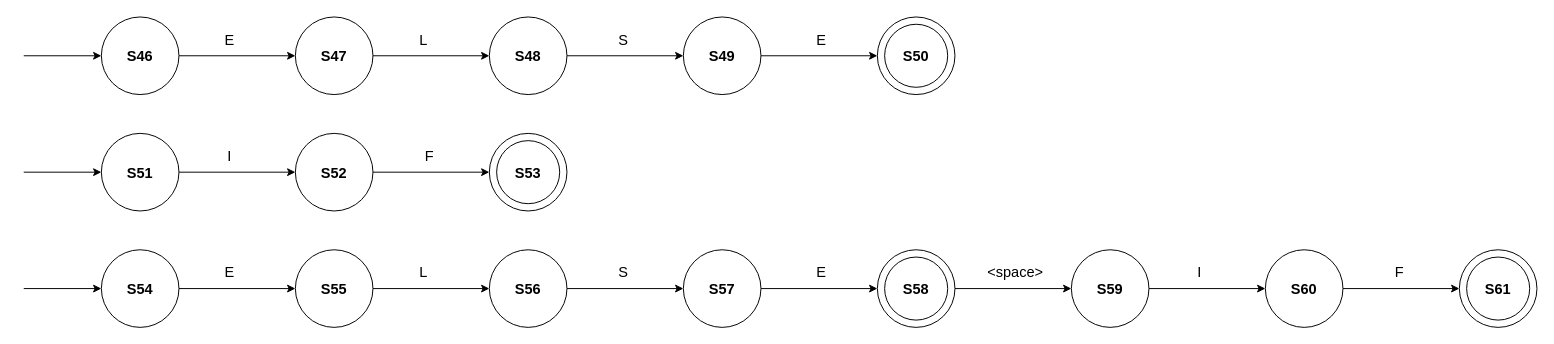
Before: conditionalWords.drawio in MonaJea-Ng/Projects, a draw.io diagram. Source tidied: cells renumbered, new cells numbered last; positions are measured from the earlier drawing's top-left corner, leaving out a move shared by most shapes. Both pictures are drawn from the tidied source at 97%, with x=0, y=0 at pixel (23, 16).
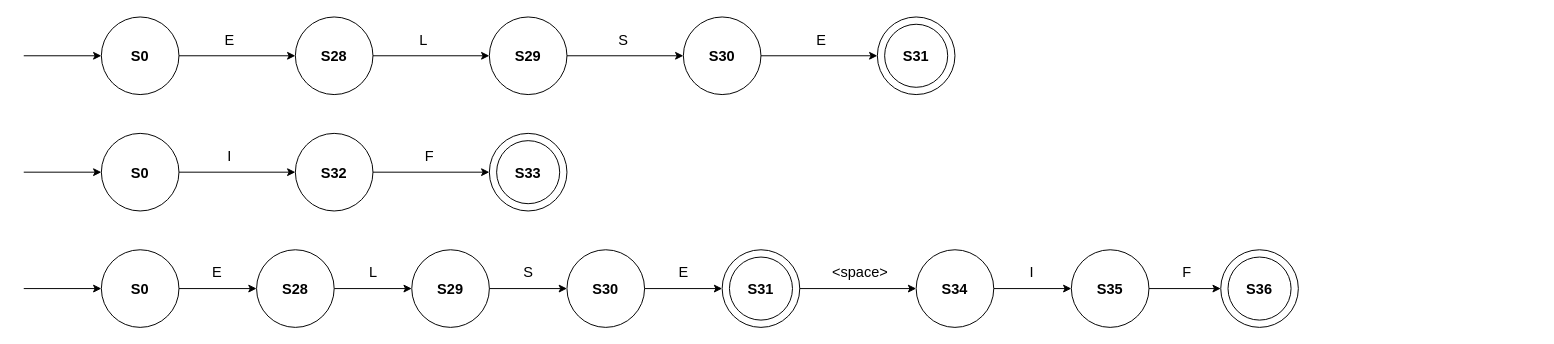
Above is the later version.

What changed in the source:
```diff
@@
-    <mxCell id="6" value="&lt;b style=&quot;font-size: 15px;&quot;&gt;S48&lt;/b&gt;" style="text;html=1;strokeColor=none;fillColor=none;align=center;verticalAlign=middle;whiteSpace=wrap;rounded=0;fontSize=15;" parent="1" vertex="1">
+    <mxCell id="6" value="&lt;b style=&quot;font-size: 15px;&quot;&gt;S29&lt;/b&gt;" style="text;html=1;strokeColor=none;fillColor=none;align=center;verticalAlign=middle;whiteSpace=wrap;rounded=0;fontSize=15;" parent="1" vertex="1">
       <mxGeometry x="490" y="25" width="60" height="30" as="geometry" />
     </mxCell>
-    <mxCell id="7" value="&lt;b&gt;&lt;font style=&quot;font-size: 15px;&quot;&gt;S49&lt;/font&gt;&lt;/b&gt;" style="text;html=1;strokeColor=none;fillColor=none;align=center;verticalAlign=middle;whiteSpace=wrap;rounded=0;" parent="1" vertex="1">
+    <mxCell id="7" value="&lt;b&gt;&lt;font style=&quot;font-size: 15px;&quot;&gt;S30&lt;/font&gt;&lt;/b&gt;" style="text;html=1;strokeColor=none;fillColor=none;align=center;verticalAlign=middle;whiteSpace=wrap;rounded=0;" parent="1" vertex="1">
       <mxGeometry x="690" y="25" width="60" height="30" as="geometry" />
     </mxCell>
@@
-    <mxCell id="12" value="&lt;b&gt;&lt;font style=&quot;font-size: 15px;&quot;&gt;S50&lt;/font&gt;&lt;/b&gt;" style="text;html=1;strokeColor=none;fillColor=none;align=center;verticalAlign=middle;whiteSpace=wrap;rounded=0;" parent="1" vertex="1">
+    <mxCell id="12" value="&lt;b&gt;&lt;font style=&quot;font-size: 15px;&quot;&gt;S31&lt;/font&gt;&lt;/b&gt;" style="text;html=1;strokeColor=none;fillColor=none;align=center;verticalAlign=middle;whiteSpace=wrap;rounded=0;" parent="1" vertex="1">
       <mxGeometry x="890" y="25" width="60" height="30" as="geometry" />
     </mxCell>
@@
-    <mxCell id="16" value="&lt;b style=&quot;font-size: 15px;&quot;&gt;S47&lt;/b&gt;" style="text;html=1;strokeColor=none;fillColor=none;align=center;verticalAlign=middle;whiteSpace=wrap;rounded=0;fontSize=15;" parent="1" vertex="1">
+    <mxCell id="16" value="&lt;b style=&quot;font-size: 15px;&quot;&gt;S28&lt;/b&gt;" style="text;html=1;strokeColor=none;fillColor=none;align=center;verticalAlign=middle;whiteSpace=wrap;rounded=0;fontSize=15;" parent="1" vertex="1">
       <mxGeometry x="290" y="25" width="60" height="30" as="geometry" />
     </mxCell>
@@
-    <mxCell id="22" value="&lt;b style=&quot;font-size: 15px;&quot;&gt;S52&lt;/b&gt;" style="text;html=1;strokeColor=none;fillColor=none;align=center;verticalAlign=middle;whiteSpace=wrap;rounded=0;fontSize=15;" parent="1" vertex="1">
+    <mxCell id="22" value="&lt;b style=&quot;font-size: 15px;&quot;&gt;S32&lt;/b&gt;" style="text;html=1;strokeColor=none;fillColor=none;align=center;verticalAlign=middle;whiteSpace=wrap;rounded=0;fontSize=15;" parent="1" vertex="1">
       <mxGeometry x="290" y="145" width="60" height="30" as="geometry" />
     </mxCell>
@@
-    <mxCell id="26" value="&lt;b style=&quot;font-size: 15px;&quot;&gt;S51&lt;/b&gt;" style="text;html=1;strokeColor=none;fillColor=none;align=center;verticalAlign=middle;whiteSpace=wrap;rounded=0;fontSize=15;" parent="1" vertex="1">
+    <mxCell id="26" value="&lt;b&gt;S0&lt;/b&gt;" style="text;html=1;strokeColor=none;fillColor=none;align=center;verticalAlign=middle;whiteSpace=wrap;rounded=0;fontSize=15;" parent="1" vertex="1">
       <mxGeometry x="90" y="145" width="60" height="30" as="geometry" />
     </mxCell>
@@
-    <mxCell id="29" value="&lt;b&gt;&lt;font style=&quot;font-size: 15px;&quot;&gt;S53&lt;/font&gt;&lt;/b&gt;" style="text;html=1;strokeColor=none;fillColor=none;align=center;verticalAlign=middle;whiteSpace=wrap;rounded=0;" parent="1" vertex="1">
+    <mxCell id="29" value="&lt;b&gt;&lt;font style=&quot;font-size: 15px;&quot;&gt;S33&lt;/font&gt;&lt;/b&gt;" style="text;html=1;strokeColor=none;fillColor=none;align=center;verticalAlign=middle;whiteSpace=wrap;rounded=0;" parent="1" vertex="1">
       <mxGeometry x="490" y="145" width="60" height="30" as="geometry" />
     </mxCell>
@@
-    <mxCell id="32" value="&lt;b style=&quot;font-size: 15px;&quot;&gt;S46&lt;/b&gt;" style="text;html=1;strokeColor=none;fillColor=none;align=center;verticalAlign=middle;whiteSpace=wrap;rounded=0;fontSize=15;" parent="1" vertex="1">
+    <mxCell id="32" value="&lt;b style=&quot;font-size: 15px;&quot;&gt;S0&lt;/b&gt;" style="text;html=1;strokeColor=none;fillColor=none;align=center;verticalAlign=middle;whiteSpace=wrap;rounded=0;fontSize=15;" parent="1" vertex="1">
       <mxGeometry x="90" y="25" width="60" height="30" as="geometry" />
     </mxCell>
@@
     <mxCell id="34" style="ellipse;whiteSpace=wrap;html=1;" parent="1" vertex="1">
-      <mxGeometry x="680" y="240" width="80" height="80" as="geometry" />
+      <mxGeometry x="560" y="240" width="80" height="80" as="geometry" />
     </mxCell>
     <mxCell id="35" style="ellipse;whiteSpace=wrap;html=1;" parent="1" vertex="1">
-      <mxGeometry x="480" y="240" width="80" height="80" as="geometry" />
+      <mxGeometry x="400" y="240" width="80" height="80" as="geometry" />
     </mxCell>
     <mxCell id="36" style="endArrow=classic;html=1;rounded=0;entryX=0;entryY=0.5;entryDx=0;entryDy=0;exitX=1;exitY=0.5;exitDx=0;exitDy=0;" parent="1" edge="1" source="44">
       <mxGeometry relative="1" as="geometry">
-        <mxPoint x="480" y="280" as="targetPoint" />
+        <mxPoint x="400" y="280" as="targetPoint" />
       </mxGeometry>
     </mxCell>
@@
-    <mxCell id="38" value="&lt;b style=&quot;font-size: 15px;&quot;&gt;S56&lt;/b&gt;" style="text;html=1;strokeColor=none;fillColor=none;align=center;verticalAlign=middle;whiteSpace=wrap;rounded=0;fontSize=15;" parent="1" vertex="1">
-      <mxGeometry x="490" y="265" width="60" height="30" as="geometry" />
+    <mxCell id="38" value="&lt;b style=&quot;font-size: 15px;&quot;&gt;S29&lt;/b&gt;" style="text;html=1;strokeColor=none;fillColor=none;align=center;verticalAlign=middle;whiteSpace=wrap;rounded=0;fontSize=15;" parent="1" vertex="1">
+      <mxGeometry x="410" y="265" width="60" height="30" as="geometry" />
     </mxCell>
-    <mxCell id="39" value="&lt;b&gt;&lt;font style=&quot;font-size: 15px;&quot;&gt;S57&lt;/font&gt;&lt;/b&gt;" style="text;html=1;strokeColor=none;fillColor=none;align=center;verticalAlign=middle;whiteSpace=wrap;rounded=0;" parent="1" vertex="1">
-      <mxGeometry x="690" y="265" width="60" height="30" as="geometry" />
+    <mxCell id="39" value="&lt;b&gt;&lt;font style=&quot;font-size: 15px;&quot;&gt;S30&lt;/font&gt;&lt;/b&gt;" style="text;html=1;strokeColor=none;fillColor=none;align=center;verticalAlign=middle;whiteSpace=wrap;rounded=0;" parent="1" vertex="1">
+      <mxGeometry x="570" y="265" width="60" height="30" as="geometry" />
     </mxCell>
     <mxCell id="40" value="S" style="text;html=1;strokeColor=none;fillColor=none;align=center;verticalAlign=middle;whiteSpace=wrap;rounded=0;fontSize=15;" parent="1" vertex="1">
-      <mxGeometry x="566" y="247.5" width="105" height="30" as="geometry" />
+      <mxGeometry x="467.5" y="247.5" width="105" height="30" as="geometry" />
     </mxCell>
     <mxCell id="41" style="ellipse;whiteSpace=wrap;html=1;" parent="1" vertex="1">
-      <mxGeometry x="880" y="240" width="80" height="80" as="geometry" />
+      <mxGeometry x="720" y="240" width="80" height="80" as="geometry" />
     </mxCell>
     <mxCell id="42" style="endArrow=classic;html=1;rounded=0;entryX=0;entryY=0.5;entryDx=0;entryDy=0;exitX=1;exitY=0.5;exitDx=0;exitDy=0;" parent="1" edge="1" target="41">
       <mxGeometry relative="1" as="geometry">
-        <mxPoint x="760" y="280" as="sourcePoint" />
+        <mxPoint x="640" y="280" as="sourcePoint" />
       </mxGeometry>
     </mxCell>
     <mxCell id="43" value="E" style="text;html=1;strokeColor=none;fillColor=none;align=center;verticalAlign=middle;whiteSpace=wrap;rounded=0;fontSize=15;" parent="1" vertex="1">
-      <mxGeometry x="770" y="247.5" width="105" height="30" as="geometry" />
+      <mxGeometry x="628" y="247.5" width="105" height="30" as="geometry" />
     </mxCell>
     <mxCell id="44" style="ellipse;whiteSpace=wrap;html=1;" parent="1" vertex="1">
-      <mxGeometry x="280" y="240" width="80" height="80" as="geometry" />
+      <mxGeometry x="240" y="240" width="80" height="80" as="geometry" />
     </mxCell>
-    <mxCell id="45" style="endArrow=classic;html=1;rounded=0;entryX=0;entryY=0.5;entryDx=0;entryDy=0;" parent="1" edge="1">
+    <mxCell id="45" style="endArrow=classic;html=1;rounded=0;entryX=0;entryY=0.5;entryDx=0;entryDy=0;" parent="1" edge="1" target="44">
       <mxGeometry relative="1" as="geometry">
         <mxPoint x="160" y="280" as="sourcePoint" />
-        <mxPoint x="280" y="280" as="targetPoint" />
       </mxGeometry>
     </mxCell>
-    <mxCell id="46" value="&lt;b style=&quot;font-size: 15px;&quot;&gt;S55&lt;/b&gt;" style="text;html=1;strokeColor=none;fillColor=none;align=center;verticalAlign=middle;whiteSpace=wrap;rounded=0;fontSize=15;" parent="1" vertex="1">
-      <mxGeometry x="290" y="265" width="60" height="30" as="geometry" />
+    <mxCell id="46" value="&lt;b style=&quot;font-size: 15px;&quot;&gt;S28&lt;/b&gt;" style="text;html=1;strokeColor=none;fillColor=none;align=center;verticalAlign=middle;whiteSpace=wrap;rounded=0;fontSize=15;" parent="1" vertex="1">
+      <mxGeometry x="250" y="265" width="60" height="30" as="geometry" />
     </mxCell>
     <mxCell id="47" value="L" style="text;html=1;strokeColor=none;fillColor=none;align=center;verticalAlign=middle;whiteSpace=wrap;rounded=0;fontSize=15;" parent="1" vertex="1">
-      <mxGeometry x="360" y="247.5" width="105" height="30" as="geometry" />
+      <mxGeometry x="308" y="247.5" width="105" height="30" as="geometry" />
     </mxCell>
@@
-    <mxCell id="50" value="&lt;b style=&quot;font-size: 15px;&quot;&gt;S54&lt;/b&gt;" style="text;html=1;strokeColor=none;fillColor=none;align=center;verticalAlign=middle;whiteSpace=wrap;rounded=0;fontSize=15;" parent="1" vertex="1">
+    <mxCell id="50" value="&lt;b style=&quot;font-size: 15px;&quot;&gt;S0&lt;/b&gt;" style="text;html=1;strokeColor=none;fillColor=none;align=center;verticalAlign=middle;whiteSpace=wrap;rounded=0;fontSize=15;" parent="1" vertex="1">
       <mxGeometry x="90" y="265" width="60" height="30" as="geometry" />
     </mxCell>
     <mxCell id="51" value="E" style="text;html=1;strokeColor=none;fillColor=none;align=center;verticalAlign=middle;whiteSpace=wrap;rounded=0;fontSize=15;" parent="1" vertex="1">
-      <mxGeometry x="160" y="247.5" width="105" height="30" as="geometry" />
+      <mxGeometry x="147" y="247.5" width="105" height="30" as="geometry" />
     </mxCell>
     <mxCell id="52" style="ellipse;whiteSpace=wrap;html=1;" parent="1" vertex="1">
-      <mxGeometry x="1480" y="240" width="80" height="80" as="geometry" />
+      <mxGeometry x="1234" y="240" width="80" height="80" as="geometry" />
     </mxCell>
     <mxCell id="53" style="ellipse;whiteSpace=wrap;html=1;" parent="1" vertex="1">
-      <mxGeometry x="1280" y="240" width="80" height="80" as="geometry" />
+      <mxGeometry x="1080" y="240" width="80" height="80" as="geometry" />
     </mxCell>
-    <mxCell id="54" style="endArrow=classic;html=1;rounded=0;entryX=0;entryY=0.5;entryDx=0;entryDy=0;exitX=1;exitY=0.5;exitDx=0;exitDy=0;" parent="1" edge="1" source="58">
+    <mxCell id="54" style="endArrow=classic;html=1;rounded=0;exitX=1;exitY=0.5;exitDx=0;exitDy=0;" parent="1" edge="1" source="58">
       <mxGeometry relative="1" as="geometry">
-        <mxPoint x="1280" y="280" as="targetPoint" />
+        <mxPoint x="1080" y="280" as="targetPoint" />
       </mxGeometry>
     </mxCell>
@@
-    <mxCell id="56" value="&lt;b style=&quot;font-size: 15px;&quot;&gt;S60&lt;/b&gt;" style="text;html=1;strokeColor=none;fillColor=none;align=center;verticalAlign=middle;whiteSpace=wrap;rounded=0;fontSize=15;" parent="1" vertex="1">
-      <mxGeometry x="1290" y="265" width="60" height="30" as="geometry" />
+    <mxCell id="56" value="&lt;b style=&quot;font-size: 15px;&quot;&gt;S35&lt;/b&gt;" style="text;html=1;strokeColor=none;fillColor=none;align=center;verticalAlign=middle;whiteSpace=wrap;rounded=0;fontSize=15;" parent="1" vertex="1">
+      <mxGeometry x="1090" y="265" width="60" height="30" as="geometry" />
     </mxCell>
     <mxCell id="57" value="F" style="text;html=1;strokeColor=none;fillColor=none;align=center;verticalAlign=middle;whiteSpace=wrap;rounded=0;fontSize=15;" parent="1" vertex="1">
-      <mxGeometry x="1366" y="247.5" width="105" height="30" as="geometry" />
+      <mxGeometry x="1147" y="247.5" width="105" height="30" as="geometry" />
     </mxCell>
     <mxCell id="58" style="ellipse;whiteSpace=wrap;html=1;" parent="1" vertex="1">
-      <mxGeometry x="1080" y="240" width="80" height="80" as="geometry" />
+      <mxGeometry x="920" y="240" width="80" height="80" as="geometry" />
     </mxCell>
-    <mxCell id="59" style="endArrow=classic;html=1;rounded=0;entryX=0;entryY=0.5;entryDx=0;entryDy=0;exitX=1;exitY=0.5;exitDx=0;exitDy=0;" parent="1" edge="1" source="41">
+    <mxCell id="59" style="endArrow=classic;html=1;rounded=0;exitX=1;exitY=0.5;exitDx=0;exitDy=0;" parent="1" edge="1" source="41">
       <mxGeometry relative="1" as="geometry">
-        <mxPoint x="1080" y="280" as="targetPoint" />
+        <mxPoint x="920" y="280" as="targetPoint" />
       </mxGeometry>
     </mxCell>
-    <mxCell id="60" value="&lt;b style=&quot;font-size: 15px;&quot;&gt;S59&lt;/b&gt;" style="text;html=1;strokeColor=none;fillColor=none;align=center;verticalAlign=middle;whiteSpace=wrap;rounded=0;fontSize=15;" parent="1" vertex="1">
-      <mxGeometry x="1090" y="265" width="60" height="30" as="geometry" />
+    <mxCell id="60" value="&lt;b&gt;S34&lt;/b&gt;" style="text;html=1;strokeColor=none;fillColor=none;align=center;verticalAlign=middle;whiteSpace=wrap;rounded=0;fontSize=15;" parent="1" vertex="1">
+      <mxGeometry x="930" y="265" width="60" height="30" as="geometry" />
     </mxCell>
     <mxCell id="61" style="ellipse;whiteSpace=wrap;html=1;" parent="1" vertex="1">
-      <mxGeometry x="1487.5" y="247.5" width="65" height="65" as="geometry" />
+      <mxGeometry x="1241.5" y="247.5" width="65" height="65" as="geometry" />
     </mxCell>
     <mxCell id="62" value="I" style="text;html=1;strokeColor=none;fillColor=none;align=center;verticalAlign=middle;whiteSpace=wrap;rounded=0;fontSize=15;" parent="1" vertex="1">
-      <mxGeometry x="1160" y="247.5" width="105" height="30" as="geometry" />
+      <mxGeometry x="987" y="247.5" width="105" height="30" as="geometry" />
     </mxCell>
-    <mxCell id="63" value="&lt;b&gt;&lt;font style=&quot;font-size: 15px;&quot;&gt;S61&lt;/font&gt;&lt;/b&gt;" style="text;html=1;strokeColor=none;fillColor=none;align=center;verticalAlign=middle;whiteSpace=wrap;rounded=0;" parent="1" vertex="1">
-      <mxGeometry x="1490" y="265" width="60" height="30" as="geometry" />
+    <mxCell id="63" value="&lt;b&gt;&lt;font style=&quot;font-size: 15px;&quot;&gt;S36&lt;/font&gt;&lt;/b&gt;" style="text;html=1;strokeColor=none;fillColor=none;align=center;verticalAlign=middle;whiteSpace=wrap;rounded=0;" parent="1" vertex="1">
+      <mxGeometry x="1244" y="265" width="60" height="30" as="geometry" />
     </mxCell>
     <mxCell id="64" value="&amp;lt;space&amp;gt;" style="text;html=1;strokeColor=none;fillColor=none;align=center;verticalAlign=middle;whiteSpace=wrap;rounded=0;fontSize=15;" parent="1" vertex="1">
-      <mxGeometry x="970" y="247.5" width="105" height="30" as="geometry" />
+      <mxGeometry x="810" y="247.5" width="105" height="30" as="geometry" />
     </mxCell>
     <mxCell id="65" style="ellipse;whiteSpace=wrap;html=1;" parent="1" vertex="1">
-      <mxGeometry x="887.5" y="247.5" width="65" height="65" as="geometry" />
+      <mxGeometry x="727.5" y="247.5" width="65" height="65" as="geometry" />
     </mxCell>
-    <mxCell id="66" value="&lt;b&gt;&lt;font style=&quot;font-size: 15px;&quot;&gt;S58&lt;/font&gt;&lt;/b&gt;" style="text;html=1;strokeColor=none;fillColor=none;align=center;verticalAlign=middle;whiteSpace=wrap;rounded=0;" parent="1" vertex="1">
-      <mxGeometry x="890" y="265" width="60" height="30" as="geometry" />
+    <mxCell id="66" value="&lt;b&gt;&lt;font style=&quot;font-size: 15px;&quot;&gt;S31&lt;/font&gt;&lt;/b&gt;" style="text;html=1;strokeColor=none;fillColor=none;align=center;verticalAlign=middle;whiteSpace=wrap;rounded=0;" parent="1" vertex="1">
+      <mxGeometry x="730" y="265" width="60" height="30" as="geometry" />
     </mxCell>
```
